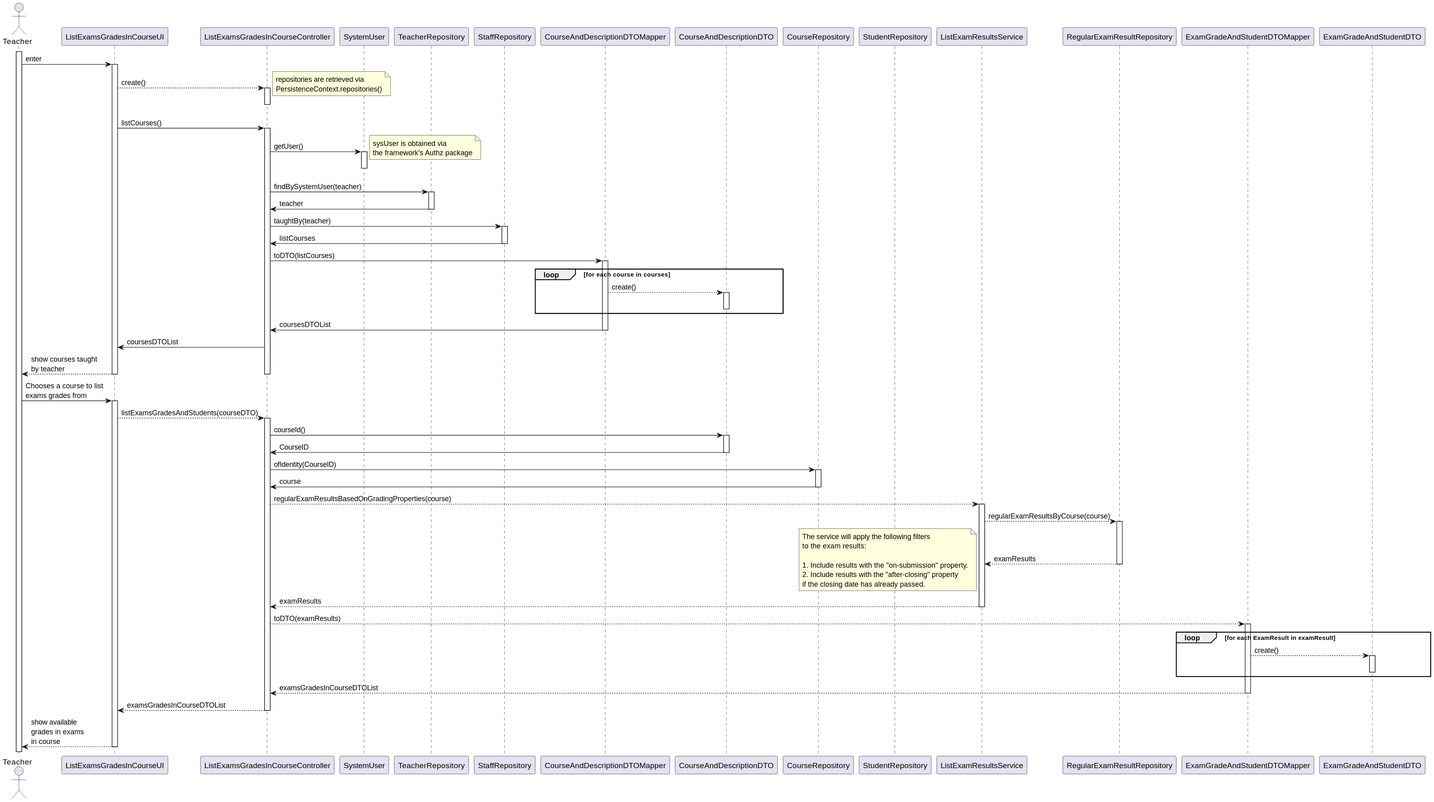
The PlantUML diagram docs/us_2006/sd.svg in jovami/isep-lapr4, before a commit.
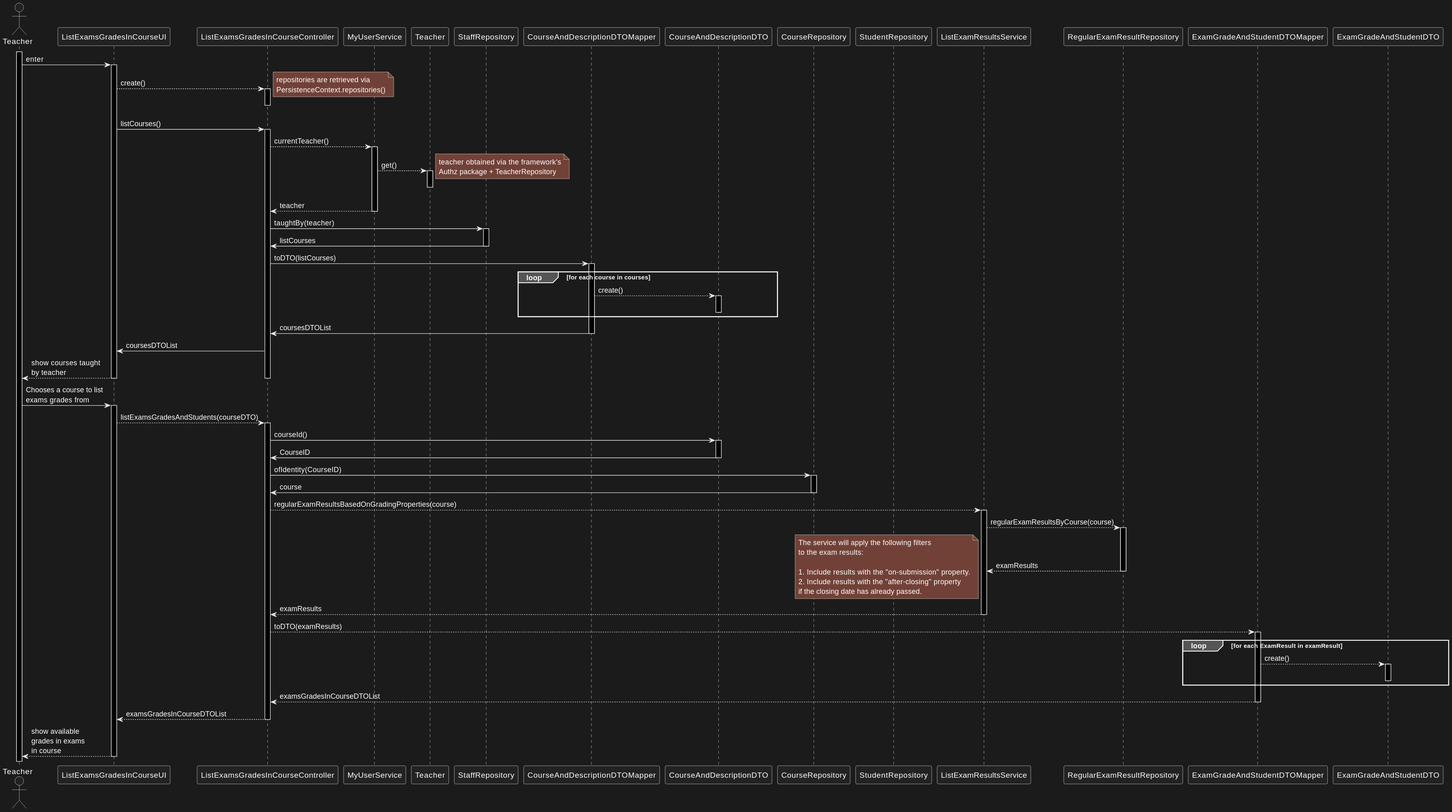
The same file after the commit.

The edit, as a diff of the source:
```diff
@@ -3,10 +3,9 @@
 participant ListExamsGradesInCourseUI as ui
 participant ListExamsGradesInCourseController as ctrl
 
+participant MyUserService as user_svc
+participant Teacher as teacher
 
-participant SystemUser as sys_usr
-
-participant TeacherRepository as t_repo
 participant StaffRepository as st_repo
 
 participant CourseAndDescriptionDTOMapper as course_mapper
@@ -31,15 +30,14 @@
 
     ui -> ctrl : listCourses()
     activate ctrl
-        ctrl -> sys_usr : getUser()
-        activate sys_usr
-            note right : sysUser is obtained via\nthe framework's Authz package
-        deactivate sys_usr
-
-        ctrl -> t_repo : findBySystemUser(teacher)
-        activate t_repo
-            t_repo -> ctrl : teacher
-        deactivate t_repo
+        ctrl --> user_svc : currentTeacher()
+        activate user_svc
+            user_svc --> teacher : get()
+            activate teacher
+            deactivate teacher
+            note right : teacher obtained via the framework's\nAuthz package + TeacherRepository
+            user_svc --> ctrl : teacher
+        deactivate user_svc
 
         ctrl -> st_repo : taughtBy(teacher)
         activate st_repo
```
